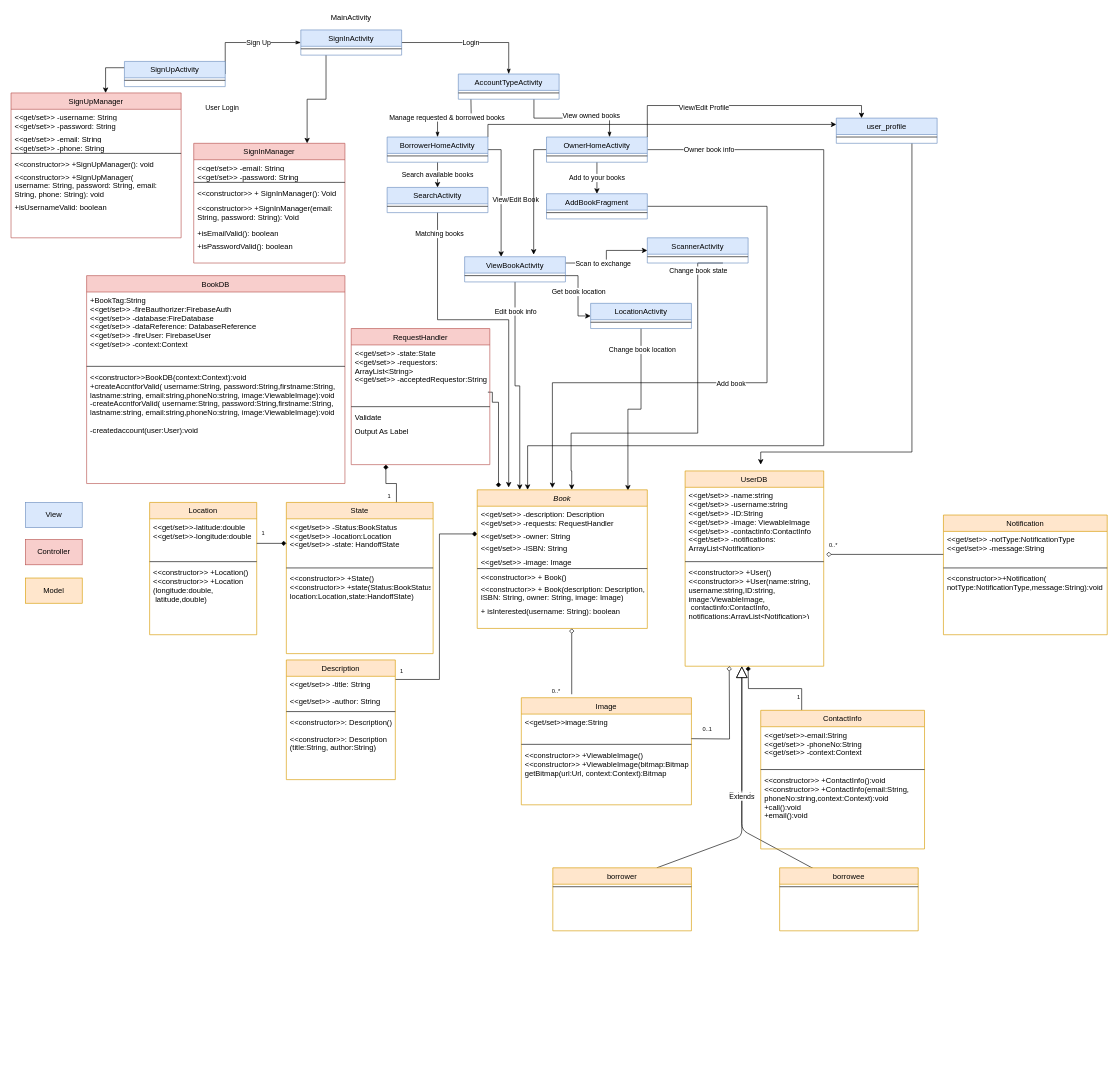
Before: doc/BookerUML.drawio in CMPUT301F20T39/Booker, a draw.io diagram. Source tidied: cells renumbered, new cells numbered last; positions are measured from the earlier drawing's top-left corner, leaving out a move shared by most shapes. Both pictures are drawn from the tidied source at 63%, with x=0, y=0 at pixel (11, 11).
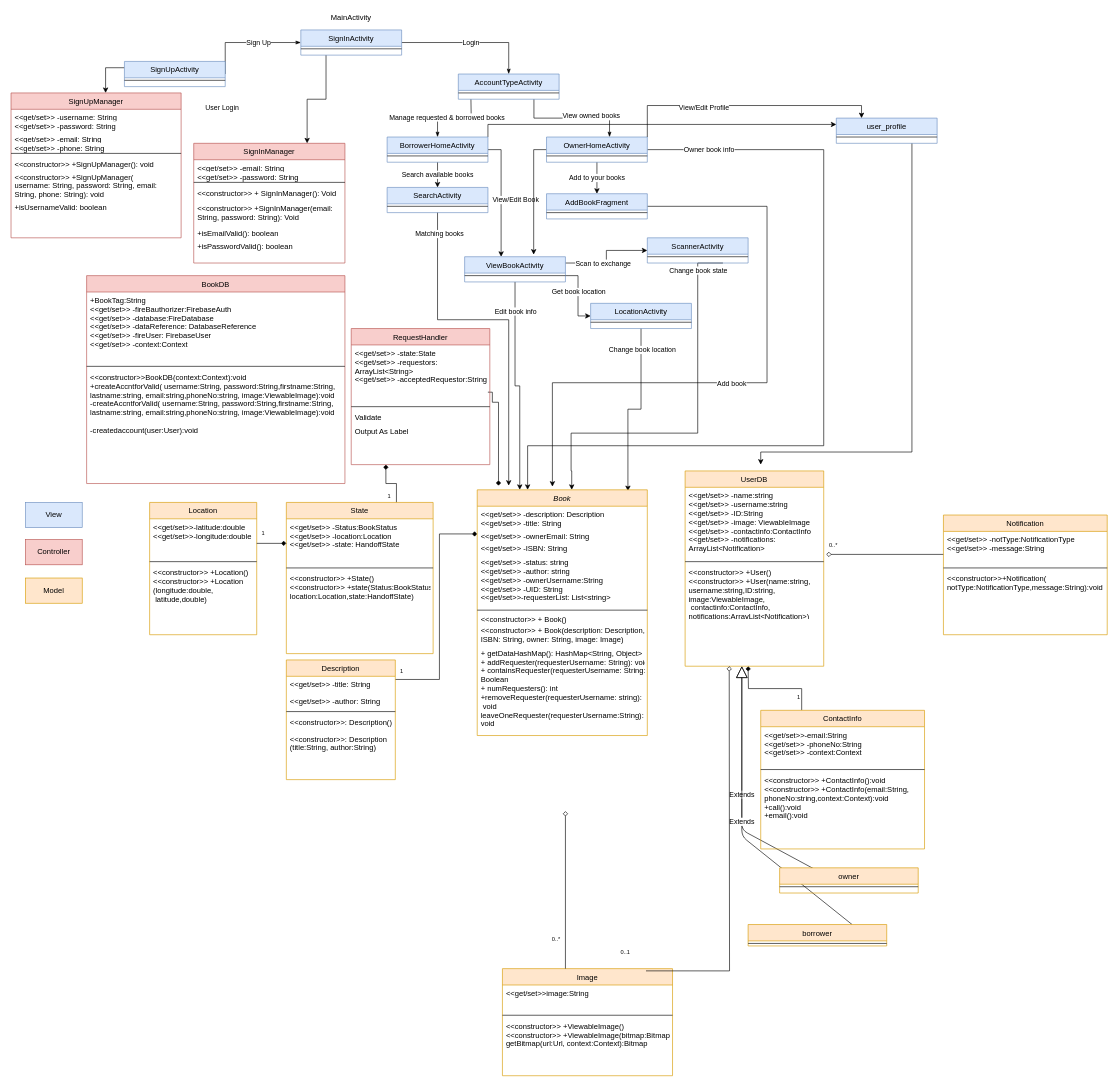
The same diagram, later.

Commit message:
Updated book class in  BookerUML

What changed in the source:
```diff
@@
     <mxCell id="81" value="Image" style="swimlane;fontStyle=0;align=center;verticalAlign=top;horizontal=1;startSize=26;rounded=0;shadow=0;strokeWidth=1;fillColor=#ffe6cc;strokeColor=#d79b00;" parent="1" vertex="1">
-      <mxGeometry x="810" y="1090" width="270" height="170" as="geometry" />
+      <mxGeometry x="780" y="1520" width="270" height="170" as="geometry" />
     </mxCell>
@@
     <mxCell id="91" value="Book" style="swimlane;fontStyle=2;align=center;verticalAlign=top;horizontal=1;startSize=26;rounded=0;shadow=0;strokeWidth=1;fillColor=#ffe6cc;strokeColor=#d79b00;" parent="1" vertex="1">
-      <mxGeometry x="740" y="760" width="270" height="220" as="geometry" />
+      <mxGeometry x="740" y="760" width="270" height="390" as="geometry" />
     </mxCell>
@@
-    <mxCell id="93" value="&lt;&lt;get/set&gt;&gt; -requests: RequestHandler" style="text;align=left;verticalAlign=top;spacingLeft=4;spacingRight=4;overflow=hidden;rounded=0;shadow=0;html=0;" parent="91" vertex="1">
+    <mxCell id="93" value="&lt;&lt;get/set&gt;&gt; -title: String" style="text;align=left;verticalAlign=top;spacingLeft=4;spacingRight=4;overflow=hidden;rounded=0;shadow=0;html=0;" parent="91" vertex="1">
       <mxGeometry y="40" width="270" height="20" as="geometry" />
     </mxCell>
-    <mxCell id="94" value="&lt;&lt;get/set&gt;&gt; -owner: String" style="text;align=left;verticalAlign=top;spacingLeft=4;spacingRight=4;overflow=hidden;points=[[0,0.5],[1,0.5]];portConstraint=eastwest;rounded=0;shadow=0;html=0;" parent="91" vertex="1">
+    <mxCell id="94" value="&lt;&lt;get/set&gt;&gt; -ownerEmail: String" style="text;align=left;verticalAlign=top;spacingLeft=4;spacingRight=4;overflow=hidden;points=[[0,0.5],[1,0.5]];portConstraint=eastwest;rounded=0;shadow=0;html=0;" parent="91" vertex="1">
       <mxGeometry y="60" width="270" height="20" as="geometry" />
     </mxCell>
@@
-    <mxCell id="96" value="&lt;&lt;get/set&gt;&gt; -image: Image" style="text;align=left;verticalAlign=top;spacingLeft=4;spacingRight=4;overflow=hidden;" parent="91" vertex="1">
-      <mxGeometry y="102" width="270" height="22" as="geometry" />
+    <mxCell id="96" value="&lt;&lt;get/set&gt;&gt; -status: string&#10;&lt;&lt;get/set&gt;&gt; -author: string&#10;&lt;&lt;get/set&gt;&gt; -ownerUsername:String&#10;&lt;&lt;get/set&gt;&gt; -UID: String&#10;&lt;&lt;get/set&gt;&gt;-requesterList: List&lt;string&gt;" style="text;align=left;verticalAlign=top;spacingLeft=4;spacingRight=4;overflow=hidden;" parent="91" vertex="1">
+      <mxGeometry y="102" width="270" height="88" as="geometry" />
     </mxCell>
     <mxCell id="97" style="line;html=1;strokeWidth=1;align=left;verticalAlign=middle;spacingTop=-1;spacingLeft=3;spacingRight=3;labelPosition=right;" parent="91" vertex="1">
-      <mxGeometry y="124" width="270" height="2" as="geometry" />
+      <mxGeometry y="190" width="270" height="2" as="geometry" />
     </mxCell>
     <mxCell id="98" value="&lt;&lt;constructor&gt;&gt; + Book()" style="text;align=left;verticalAlign=top;spacingLeft=4;spacingRight=4;overflow=hidden;" parent="91" vertex="1">
-      <mxGeometry y="126" width="270" height="18" as="geometry" />
+      <mxGeometry y="192" width="270" height="18" as="geometry" />
     </mxCell>
     <mxCell id="99" value="&lt;&lt;constructor&gt;&gt; + Book(description: Description,&#10;ISBN: String, owner: String, image: Image)" style="text;align=left;verticalAlign=top;spacingLeft=4;spacingRight=4;overflow=hidden;" parent="91" vertex="1">
-      <mxGeometry y="144" width="270" height="36" as="geometry" />
+      <mxGeometry y="210" width="270" height="36" as="geometry" />
     </mxCell>
-    <mxCell id="100" value="+ isInterested(username: String): boolean" style="text;align=left;verticalAlign=top;spacingLeft=4;spacingRight=4;overflow=hidden;" parent="91" vertex="1">
-      <mxGeometry y="180" width="270" height="22" as="geometry" />
+    <mxCell id="100" value="+ getDataHashMap(): HashMap&lt;String, Object&gt;&#10;+ addRequester(requesterUsername: String): void&#10;+ containsRequester(requesterUsername: String:&#10;Boolean&#10;+ numRequesters(): int&#10;+removeRequester(requesterUsername: string):&#10; void&#10;leaveOneRequester(requesterUsername:String):&#10;void&#10;" style="text;align=left;verticalAlign=top;spacingLeft=4;spacingRight=4;overflow=hidden;" parent="91" vertex="1">
+      <mxGeometry y="246" width="270" height="144" as="geometry" />
     </mxCell>
-    <mxCell id="101" style="edgeStyle=orthogonalEdgeStyle;rounded=0;orthogonalLoop=1;jettySize=auto;html=1;exitX=1;exitY=0.5;exitDx=0;exitDy=0;endArrow=diamond;endFill=0;" parent="1" edge="1">
+    <mxCell id="101" style="edgeStyle=orthogonalEdgeStyle;rounded=0;jettySize=auto;html=1;exitX=0.844;exitY=0.021;exitDx=0;exitDy=0;endArrow=diamond;endFill=0;exitPerimeter=0;" parent="1" edge="1" source="81">
       <mxGeometry relative="1" as="geometry">
-        <mxPoint x="1080" y="1155" as="sourcePoint" />
         <mxPoint x="1140" y="1040" as="targetPoint" />
       </mxGeometry>
     </mxCell>
-    <mxCell id="102" style="edgeStyle=orthogonalEdgeStyle;rounded=0;jettySize=auto;html=1;exitX=1.333;exitY=0.725;exitDx=0;exitDy=0;endArrow=diamond;endFill=0;exitPerimeter=0;" parent="1" edge="1" source="112">
+    <mxCell id="102" style="edgeStyle=orthogonalEdgeStyle;rounded=0;orthogonalLoop=1;jettySize=auto;html=1;endArrow=diamond;endFill=0;" parent="1" edge="1">
       <mxGeometry relative="1" as="geometry">
-        <mxPoint x="890" y="980" as="targetPoint" />
+        <mxPoint x="880" y="1520" as="sourcePoint" />
+        <mxPoint x="880" y="1270" as="targetPoint" />
         <Array as="points">
-          <mxPoint x="890" y="980" />
+          <mxPoint x="880" y="1270" />
         </Array>
       </mxGeometry>
     </mxCell>
@@
     <mxCell id="112" value="0..*" style="text;html=1;align=center;verticalAlign=middle;points=[];fontSize=9;" parent="1" vertex="1">
-      <mxGeometry x="850" y="1070" width="30" height="20" as="geometry" />
+      <mxGeometry x="850" y="1464" width="30" height="20" as="geometry" />
     </mxCell>
     <mxCell id="113" value="0..1" style="text;html=1;align=center;verticalAlign=middle;fontSize=9;" parent="1" vertex="1">
-      <mxGeometry x="1090" y="1130" width="30" height="20" as="geometry" />
+      <mxGeometry x="960" y="1484" width="30" height="20" as="geometry" />
     </mxCell>
@@
-    <mxCell id="145" value="borrowee" style="swimlane;fontStyle=0;align=center;verticalAlign=top;horizontal=1;startSize=26;rounded=0;shadow=0;strokeWidth=1;fillColor=#ffe6cc;strokeColor=#d79b00;" parent="1" vertex="1">
-      <mxGeometry x="1220" y="1360" width="220" height="100" as="geometry" />
+    <mxCell id="145" value="owner" style="swimlane;fontStyle=0;align=center;verticalAlign=top;horizontal=1;startSize=26;rounded=0;shadow=0;strokeWidth=1;fillColor=#ffe6cc;strokeColor=#d79b00;" parent="1" vertex="1">
+      <mxGeometry x="1220" y="1360" width="220" height="40" as="geometry" />
     </mxCell>
@@
     <mxCell id="147" value="borrower" style="swimlane;fontStyle=0;align=center;verticalAlign=top;horizontal=1;startSize=26;rounded=0;shadow=0;strokeWidth=1;fillColor=#ffe6cc;strokeColor=#d79b00;" parent="1" vertex="1">
-      <mxGeometry x="860" y="1360" width="220" height="100" as="geometry" />
+      <mxGeometry x="1170" y="1450" width="220" height="34" as="geometry" />
     </mxCell>
```
